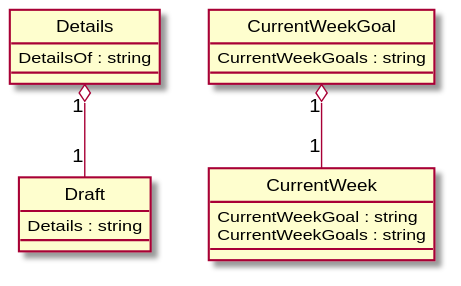
Above: Diagrams/2018-USC-Project03.svg in xixixhalu/DomainModelExtractor (PlantUML), before the change. Its diagram source:
```plantuml
@startuml
hide circle
class Draft {
	Details : string
}
class Details {
	DetailsOf : string
}
class CurrentWeekGoal {
	CurrentWeekGoals : string
}
class CurrentWeek {
	CurrentWeekGoal : string
	CurrentWeekGoals : string
}
CurrentWeekGoal "1" o-- "1" CurrentWeek
Details "1" o-- "1" Draft
@enduml
```
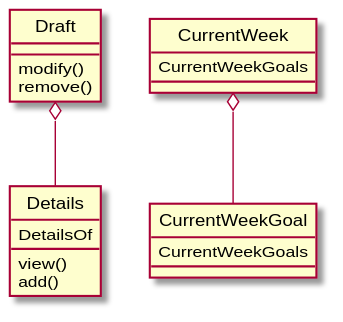
After the commit.

Change to the diagram source:
```diff
@@ -1,18 +1,20 @@
 @startuml
 hide circle
 class Draft {
-	Details : string
+	modify()
+	remove()
+}
+class CurrentWeek {
+	CurrentWeekGoals
+}
+class CurrentWeekGoal {
+	CurrentWeekGoals
 }
 class Details {
-	DetailsOf : string
+	DetailsOf
+	view()
+	add()
 }
-class CurrentWeekGoal {
-	CurrentWeekGoals : string
-}
-class CurrentWeek {
-	CurrentWeekGoal : string
-	CurrentWeekGoals : string
-}
-CurrentWeekGoal "1" o-- "1" CurrentWeek
-Details "1" o-- "1" Draft
+Draft o-- Details
+CurrentWeek o-- CurrentWeekGoal
 @enduml
```
